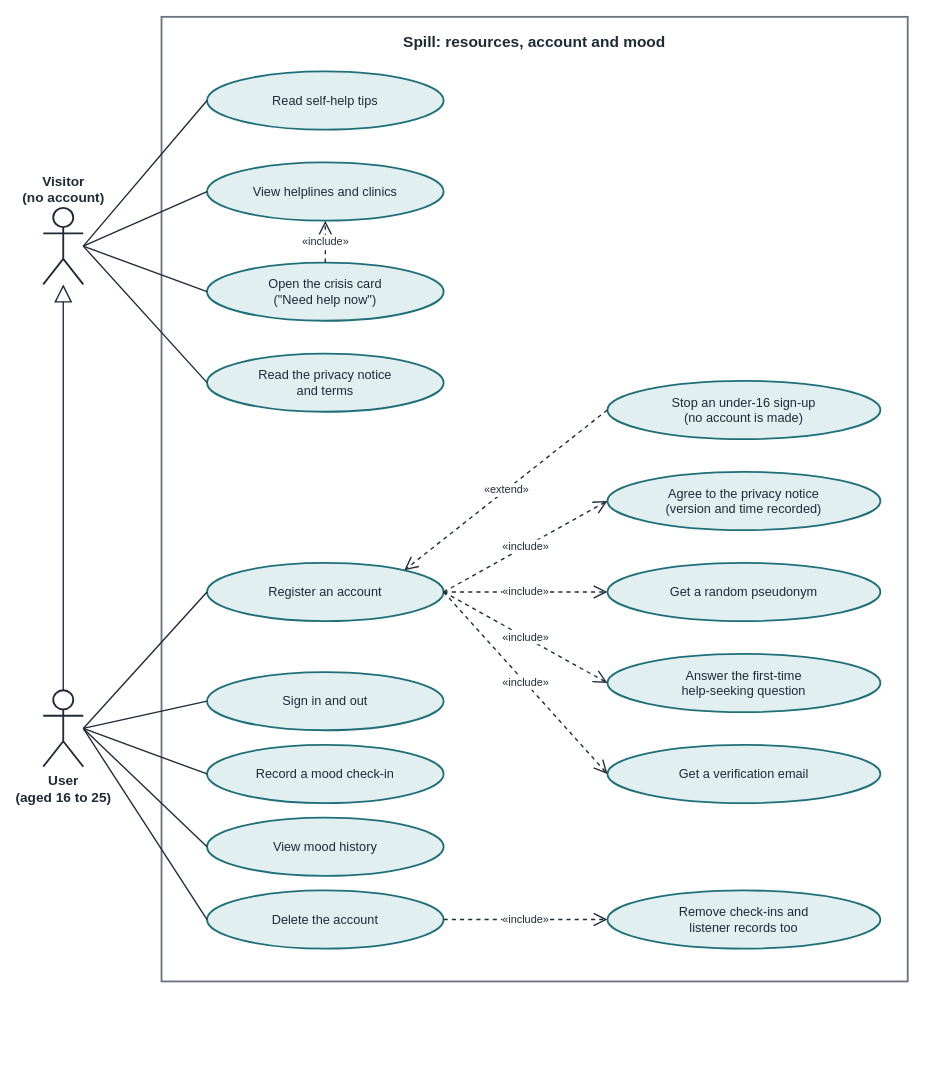
Earlier version of the draw.io diagram docs/diagrams/B1-use-cases-visitor-user.drawio (Teta-Dianah/spill). Source tidied: cells renumbered, new cells numbered last; positions are measured from the earlier drawing's top-left corner, leaving out a move shared by most shapes. Both pictures are drawn from the tidied source at 91%, with x=0, y=0 at pixel (43, 16).
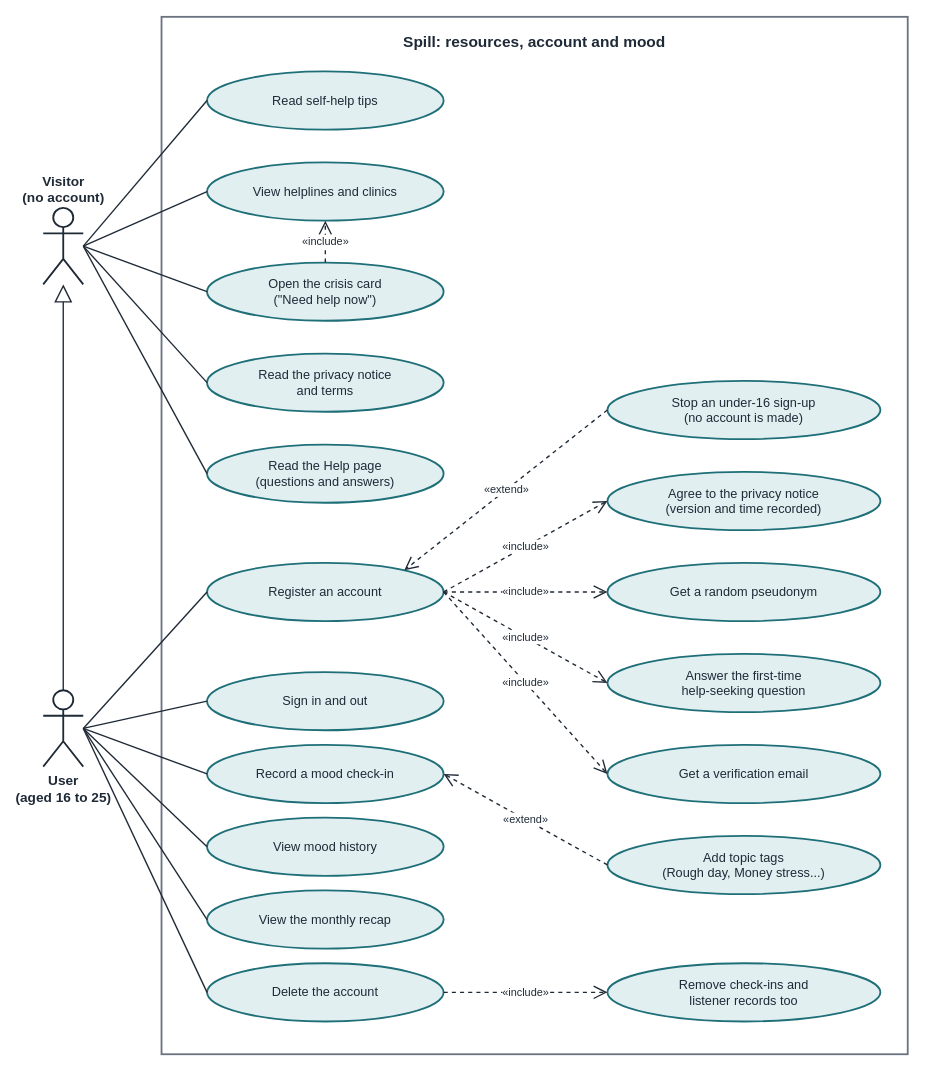
After the change.

The change refers to these unchanged cells:
```xml
<mxCell id="3" value="Visitor&lt;br&gt;(no account)" style="shape=umlActor;verticalLabelPosition=top;verticalAlign=bottom;html=1;outlineConnect=0;fillColor=#FFFFFF;strokeColor=#1F2A37;strokeWidth=2;fontStyle=1;fontSize=15;fontFamily=Helvetica;fontColor=#1F2A37;" parent="1" vertex="1">
  <mxGeometry y="210" width="44" height="84" as="geometry" />
</mxCell>
<mxCell id="4" value="User&lt;br&gt;(aged 16 to 25)" style="shape=umlActor;verticalLabelPosition=bottom;verticalAlign=top;html=1;outlineConnect=0;fillColor=#FFFFFF;strokeColor=#1F2A37;strokeWidth=2;fontStyle=1;fontSize=15;fontFamily=Helvetica;fontColor=#1F2A37;" parent="1" vertex="1">
  <mxGeometry y="740" width="44" height="84" as="geometry" />
</mxCell>
<mxCell id="7" value="View helplines and clinics" style="ellipse;whiteSpace=wrap;html=1;fillColor=#E1EFF1;strokeColor=#1F6F78;strokeWidth=2;fontSize=14;fontFamily=Helvetica;fontColor=#1F2A37;" parent="1" vertex="1">
  <mxGeometry x="180" y="160" width="260" height="64" as="geometry" />
</mxCell>
<mxCell id="8" value="Open the crisis card&lt;br&gt;(&quot;Need help now&quot;)" style="ellipse;whiteSpace=wrap;html=1;fillColor=#E1EFF1;strokeColor=#1F6F78;strokeWidth=2;fontSize=14;fontFamily=Helvetica;fontColor=#1F2A37;" parent="1" vertex="1">
  <mxGeometry x="180" y="270" width="260" height="64" as="geometry" />
</mxCell>
<mxCell id="15" value="Register an account" style="ellipse;whiteSpace=wrap;html=1;fillColor=#E1EFF1;strokeColor=#1F6F78;strokeWidth=2;fontSize=14;fontFamily=Helvetica;fontColor=#1F2A37;" parent="1" vertex="1">
  <mxGeometry x="180" y="600" width="260" height="64" as="geometry" />
</mxCell>
<mxCell id="16" value="Sign in and out" style="ellipse;whiteSpace=wrap;html=1;fillColor=#E1EFF1;strokeColor=#1F6F78;strokeWidth=2;fontSize=14;fontFamily=Helvetica;fontColor=#1F2A37;" parent="1" vertex="1">
  <mxGeometry x="180" y="720" width="260" height="64" as="geometry" />
</mxCell>
<mxCell id="17" value="Record a mood check-in" style="ellipse;whiteSpace=wrap;html=1;fillColor=#E1EFF1;strokeColor=#1F6F78;strokeWidth=2;fontSize=14;fontFamily=Helvetica;fontColor=#1F2A37;" parent="1" vertex="1">
  <mxGeometry x="180" y="800" width="260" height="64" as="geometry" />
</mxCell>
<mxCell id="18" value="View mood history" style="ellipse;whiteSpace=wrap;html=1;fillColor=#E1EFF1;strokeColor=#1F6F78;strokeWidth=2;fontSize=14;fontFamily=Helvetica;fontColor=#1F2A37;" parent="1" vertex="1">
  <mxGeometry x="180" y="880" width="260" height="64" as="geometry" />
</mxCell>
<mxCell id="25" value="Stop an under-16 sign-up&lt;br&gt;(no account is made)" style="ellipse;whiteSpace=wrap;html=1;fillColor=#E1EFF1;strokeColor=#1F6F78;strokeWidth=2;fontSize=14;fontFamily=Helvetica;fontColor=#1F2A37;" parent="1" vertex="1">
  <mxGeometry x="620" y="400" width="300" height="64" as="geometry" />
</mxCell>
<mxCell id="26" value="Agree to the privacy notice&lt;br&gt;(version and time recorded)" style="ellipse;whiteSpace=wrap;html=1;fillColor=#E1EFF1;strokeColor=#1F6F78;strokeWidth=2;fontSize=14;fontFamily=Helvetica;fontColor=#1F2A37;" parent="1" vertex="1">
  <mxGeometry x="620" y="500" width="300" height="64" as="geometry" />
</mxCell>
<mxCell id="27" value="Get a random pseudonym" style="ellipse;whiteSpace=wrap;html=1;fillColor=#E1EFF1;strokeColor=#1F6F78;strokeWidth=2;fontSize=14;fontFamily=Helvetica;fontColor=#1F2A37;" parent="1" vertex="1">
  <mxGeometry x="620" y="600" width="300" height="64" as="geometry" />
</mxCell>
<mxCell id="28" value="Answer the first-time&lt;br&gt;help-seeking question" style="ellipse;whiteSpace=wrap;html=1;fillColor=#E1EFF1;strokeColor=#1F6F78;strokeWidth=2;fontSize=14;fontFamily=Helvetica;fontColor=#1F2A37;" parent="1" vertex="1">
  <mxGeometry x="620" y="700" width="300" height="64" as="geometry" />
</mxCell>
<mxCell id="29" value="Get a verification email" style="ellipse;whiteSpace=wrap;html=1;fillColor=#E1EFF1;strokeColor=#1F6F78;strokeWidth=2;fontSize=14;fontFamily=Helvetica;fontColor=#1F2A37;" parent="1" vertex="1">
  <mxGeometry x="620" y="800" width="300" height="64" as="geometry" />
</mxCell>
```

The edit, as a diff of the source:
```diff
@@
     <mxCell id="2" value="Spill: resources, account and mood" style="rounded=0;whiteSpace=wrap;html=1;fillColor=none;strokeColor=#6B7280;strokeWidth=2;verticalAlign=top;fontStyle=1;fontSize=17;spacingTop=12;fontFamily=Helvetica;fontColor=#1F2A37;" parent="1" vertex="1">
-      <mxGeometry x="130" width="820" height="1060" as="geometry" />
+      <mxGeometry x="130" width="820" height="1140" as="geometry" />
     </mxCell>
@@
+    <mxCell id="37" value="Read the Help page&lt;br&gt;(questions and answers)" style="ellipse;whiteSpace=wrap;html=1;fillColor=#E1EFF1;strokeColor=#1F6F78;strokeWidth=2;fontSize=14;fontFamily=Helvetica;fontColor=#1F2A37;" parent="1" vertex="1">
+      <mxGeometry x="180" y="470" width="260" height="64" as="geometry" />
+    </mxCell>
@@
-    <mxCell id="14" value="«include»" style="endArrow=open;endSize=12;dashed=1;html=1;strokeWidth=1.5;strokeColor=#1F2A37;fontSize=12;labelBackgroundColor=#FFFFFF;fontFamily=Helvetica;fontColor=#1F2A37;exitX=0.5;exitY=0;entryX=0.5;entryY=1;exitDx=0;exitDy=0;entryDx=0;entryDy=0;" parent="1" edge="1" source="8" target="7">
+    <mxCell id="14" style="endArrow=none;html=1;strokeWidth=1.5;strokeColor=#1F2A37;exitX=1;exitY=0.5;entryX=0;entryY=0.5;exitDx=0;exitDy=0;entryDx=0;entryDy=0;" parent="1" edge="1" source="3" target="37">
       <mxGeometry relative="1" as="geometry" />
     </mxCell>
+    <mxCell id="20" value="«include»" style="endArrow=open;endSize=12;dashed=1;html=1;strokeWidth=1.5;strokeColor=#1F2A37;fontSize=12;labelBackgroundColor=#FFFFFF;fontFamily=Helvetica;fontColor=#1F2A37;exitX=0.5;exitY=0;entryX=0.5;entryY=1;exitDx=0;exitDy=0;entryDx=0;entryDy=0;" parent="1" edge="1" source="8" target="7">
+      <mxGeometry relative="1" as="geometry" />
+    </mxCell>
@@
+    <mxCell id="38" value="View the monthly recap" style="ellipse;whiteSpace=wrap;html=1;fillColor=#E1EFF1;strokeColor=#1F6F78;strokeWidth=2;fontSize=14;fontFamily=Helvetica;fontColor=#1F2A37;" parent="1" vertex="1">
+      <mxGeometry x="180" y="960" width="260" height="64" as="geometry" />
+    </mxCell>
     <mxCell id="19" value="Delete the account" style="ellipse;whiteSpace=wrap;html=1;fillColor=#E1EFF1;strokeColor=#1F6F78;strokeWidth=2;fontSize=14;fontFamily=Helvetica;fontColor=#1F2A37;" parent="1" vertex="1">
-      <mxGeometry x="180" y="960" width="260" height="64" as="geometry" />
+      <mxGeometry x="180" y="1040" width="260" height="64" as="geometry" />
     </mxCell>
-    <mxCell id="20" style="endArrow=none;html=1;strokeWidth=1.5;strokeColor=#1F2A37;exitX=1;exitY=0.5;entryX=0;entryY=0.5;exitDx=0;exitDy=0;entryDx=0;entryDy=0;" parent="1" edge="1" source="4" target="15">
-      <mxGeometry relative="1" as="geometry" />
-    </mxCell>
-    <mxCell id="21" style="endArrow=none;html=1;strokeWidth=1.5;strokeColor=#1F2A37;exitX=1;exitY=0.5;entryX=0;entryY=0.5;exitDx=0;exitDy=0;entryDx=0;entryDy=0;" parent="1" edge="1" source="4" target="16">
+    <mxCell id="21" style="endArrow=none;html=1;strokeWidth=1.5;strokeColor=#1F2A37;exitX=1;exitY=0.5;entryX=0;entryY=0.5;exitDx=0;exitDy=0;entryDx=0;entryDy=0;" parent="1" edge="1" source="4" target="15">
       <mxGeometry relative="1" as="geometry" />
     </mxCell>
-    <mxCell id="22" style="endArrow=none;html=1;strokeWidth=1.5;strokeColor=#1F2A37;exitX=1;exitY=0.5;entryX=0;entryY=0.5;exitDx=0;exitDy=0;entryDx=0;entryDy=0;" parent="1" edge="1" source="4" target="17">
+    <mxCell id="22" style="endArrow=none;html=1;strokeWidth=1.5;strokeColor=#1F2A37;exitX=1;exitY=0.5;entryX=0;entryY=0.5;exitDx=0;exitDy=0;entryDx=0;entryDy=0;" parent="1" edge="1" source="4" target="16">
       <mxGeometry relative="1" as="geometry" />
     </mxCell>
-    <mxCell id="23" style="endArrow=none;html=1;strokeWidth=1.5;strokeColor=#1F2A37;exitX=1;exitY=0.5;entryX=0;entryY=0.5;exitDx=0;exitDy=0;entryDx=0;entryDy=0;" parent="1" edge="1" source="4" target="18">
+    <mxCell id="23" style="endArrow=none;html=1;strokeWidth=1.5;strokeColor=#1F2A37;exitX=1;exitY=0.5;entryX=0;entryY=0.5;exitDx=0;exitDy=0;entryDx=0;entryDy=0;" parent="1" edge="1" source="4" target="17">
       <mxGeometry relative="1" as="geometry" />
     </mxCell>
-    <mxCell id="24" style="endArrow=none;html=1;strokeWidth=1.5;strokeColor=#1F2A37;exitX=1;exitY=0.5;entryX=0;entryY=0.5;exitDx=0;exitDy=0;entryDx=0;entryDy=0;" parent="1" edge="1" source="4" target="19">
+    <mxCell id="24" style="endArrow=none;html=1;strokeWidth=1.5;strokeColor=#1F2A37;exitX=1;exitY=0.5;entryX=0;entryY=0.5;exitDx=0;exitDy=0;entryDx=0;entryDy=0;" parent="1" edge="1" source="4" target="18">
       <mxGeometry relative="1" as="geometry" />
     </mxCell>
+    <mxCell id="31" style="endArrow=none;html=1;strokeWidth=1.5;strokeColor=#1F2A37;exitX=1;exitY=0.5;entryX=0;entryY=0.5;exitDx=0;exitDy=0;entryDx=0;entryDy=0;" parent="1" edge="1" source="4" target="38">
+      <mxGeometry relative="1" as="geometry" />
+    </mxCell>
+    <mxCell id="32" style="endArrow=none;html=1;strokeWidth=1.5;strokeColor=#1F2A37;exitX=1;exitY=0.5;entryX=0;entryY=0.5;exitDx=0;exitDy=0;entryDx=0;entryDy=0;" parent="1" edge="1" source="4" target="19">
+      <mxGeometry relative="1" as="geometry" />
+    </mxCell>
@@
+    <mxCell id="39" value="Add topic tags&lt;br&gt;(Rough day, Money stress...)" style="ellipse;whiteSpace=wrap;html=1;fillColor=#E1EFF1;strokeColor=#1F6F78;strokeWidth=2;fontSize=14;fontFamily=Helvetica;fontColor=#1F2A37;" parent="1" vertex="1">
+      <mxGeometry x="620" y="900" width="300" height="64" as="geometry" />
+    </mxCell>
     <mxCell id="30" value="Remove check-ins and&lt;br&gt;listener records too" style="ellipse;whiteSpace=wrap;html=1;fillColor=#E1EFF1;strokeColor=#1F6F78;strokeWidth=2;fontSize=14;fontFamily=Helvetica;fontColor=#1F2A37;" parent="1" vertex="1">
-      <mxGeometry x="620" y="960" width="300" height="64" as="geometry" />
+      <mxGeometry x="620" y="1040" width="300" height="64" as="geometry" />
     </mxCell>
-    <mxCell id="31" value="«extend»" style="endArrow=open;endSize=12;dashed=1;html=1;strokeWidth=1.5;strokeColor=#1F2A37;fontSize=12;labelBackgroundColor=#FFFFFF;fontFamily=Helvetica;fontColor=#1F2A37;exitX=0;exitY=0.5;entryX=0.85;entryY=0.1;exitDx=0;exitDy=0;entryDx=0;entryDy=0;" parent="1" edge="1" source="25" target="15">
-      <mxGeometry relative="1" as="geometry" />
-    </mxCell>
-    <mxCell id="32" value="«include»" style="endArrow=open;endSize=12;dashed=1;html=1;strokeWidth=1.5;strokeColor=#1F2A37;fontSize=12;labelBackgroundColor=#FFFFFF;fontFamily=Helvetica;fontColor=#1F2A37;exitX=1;exitY=0.5;entryX=0;entryY=0.5;exitDx=0;exitDy=0;entryDx=0;entryDy=0;" parent="1" edge="1" source="15" target="26">
-      <mxGeometry relative="1" as="geometry" />
-    </mxCell>
-    <mxCell id="33" value="«include»" style="endArrow=open;endSize=12;dashed=1;html=1;strokeWidth=1.5;strokeColor=#1F2A37;fontSize=12;labelBackgroundColor=#FFFFFF;fontFamily=Helvetica;fontColor=#1F2A37;exitX=1;exitY=0.5;entryX=0;entryY=0.5;exitDx=0;exitDy=0;entryDx=0;entryDy=0;" parent="1" edge="1" source="15" target="27">
+    <mxCell id="33" value="«extend»" style="endArrow=open;endSize=12;dashed=1;html=1;strokeWidth=1.5;strokeColor=#1F2A37;fontSize=12;labelBackgroundColor=#FFFFFF;fontFamily=Helvetica;fontColor=#1F2A37;exitX=0;exitY=0.5;entryX=1;entryY=0.5;exitDx=0;exitDy=0;entryDx=0;entryDy=0;" parent="1" edge="1" source="39" target="17">
       <mxGeometry relative="1" as="geometry" />
     </mxCell>
-    <mxCell id="34" value="«include»" style="endArrow=open;endSize=12;dashed=1;html=1;strokeWidth=1.5;strokeColor=#1F2A37;fontSize=12;labelBackgroundColor=#FFFFFF;fontFamily=Helvetica;fontColor=#1F2A37;exitX=1;exitY=0.5;entryX=0;entryY=0.5;exitDx=0;exitDy=0;entryDx=0;entryDy=0;" parent="1" edge="1" source="15" target="28">
+    <mxCell id="34" value="«extend»" style="endArrow=open;endSize=12;dashed=1;html=1;strokeWidth=1.5;strokeColor=#1F2A37;fontSize=12;labelBackgroundColor=#FFFFFF;fontFamily=Helvetica;fontColor=#1F2A37;exitX=0;exitY=0.5;entryX=0.85;entryY=0.1;exitDx=0;exitDy=0;entryDx=0;entryDy=0;" parent="1" edge="1" source="25" target="15">
       <mxGeometry relative="1" as="geometry" />
     </mxCell>
-    <mxCell id="35" value="«include»" style="endArrow=open;endSize=12;dashed=1;html=1;strokeWidth=1.5;strokeColor=#1F2A37;fontSize=12;labelBackgroundColor=#FFFFFF;fontFamily=Helvetica;fontColor=#1F2A37;exitX=1;exitY=0.5;entryX=0;entryY=0.5;exitDx=0;exitDy=0;entryDx=0;entryDy=0;" parent="1" edge="1" source="15" target="29">
+    <mxCell id="35" value="«include»" style="endArrow=open;endSize=12;dashed=1;html=1;strokeWidth=1.5;strokeColor=#1F2A37;fontSize=12;labelBackgroundColor=#FFFFFF;fontFamily=Helvetica;fontColor=#1F2A37;exitX=1;exitY=0.5;entryX=0;entryY=0.5;exitDx=0;exitDy=0;entryDx=0;entryDy=0;" parent="1" edge="1" source="15" target="26">
       <mxGeometry relative="1" as="geometry" />
     </mxCell>
-    <mxCell id="36" value="«include»" style="endArrow=open;endSize=12;dashed=1;html=1;strokeWidth=1.5;strokeColor=#1F2A37;fontSize=12;labelBackgroundColor=#FFFFFF;fontFamily=Helvetica;fontColor=#1F2A37;exitX=1;exitY=0.5;entryX=0;entryY=0.5;exitDx=0;exitDy=0;entryDx=0;entryDy=0;" parent="1" edge="1" source="19" target="30">
+    <mxCell id="36" value="«include»" style="endArrow=open;endSize=12;dashed=1;html=1;strokeWidth=1.5;strokeColor=#1F2A37;fontSize=12;labelBackgroundColor=#FFFFFF;fontFamily=Helvetica;fontColor=#1F2A37;exitX=1;exitY=0.5;entryX=0;entryY=0.5;exitDx=0;exitDy=0;entryDx=0;entryDy=0;" parent="1" edge="1" source="15" target="27">
       <mxGeometry relative="1" as="geometry" />
     </mxCell>
+    <mxCell id="40" value="«include»" style="endArrow=open;endSize=12;dashed=1;html=1;strokeWidth=1.5;strokeColor=#1F2A37;fontSize=12;labelBackgroundColor=#FFFFFF;fontFamily=Helvetica;fontColor=#1F2A37;exitX=1;exitY=0.5;entryX=0;entryY=0.5;exitDx=0;exitDy=0;entryDx=0;entryDy=0;" parent="1" edge="1" source="15" target="28">
+      <mxGeometry relative="1" as="geometry" />
+    </mxCell>
+    <mxCell id="41" value="«include»" style="endArrow=open;endSize=12;dashed=1;html=1;strokeWidth=1.5;strokeColor=#1F2A37;fontSize=12;labelBackgroundColor=#FFFFFF;fontFamily=Helvetica;fontColor=#1F2A37;exitX=1;exitY=0.5;entryX=0;entryY=0.5;exitDx=0;exitDy=0;entryDx=0;entryDy=0;" parent="1" edge="1" source="15" target="29">
+      <mxGeometry relative="1" as="geometry" />
+    </mxCell>
+    <mxCell id="42" value="«include»" style="endArrow=open;endSize=12;dashed=1;html=1;strokeWidth=1.5;strokeColor=#1F2A37;fontSize=12;labelBackgroundColor=#FFFFFF;fontFamily=Helvetica;fontColor=#1F2A37;exitX=1;exitY=0.5;entryX=0;entryY=0.5;exitDx=0;exitDy=0;entryDx=0;entryDy=0;" parent="1" edge="1" source="19" target="30">
+      <mxGeometry relative="1" as="geometry" />
+    </mxCell>
```
